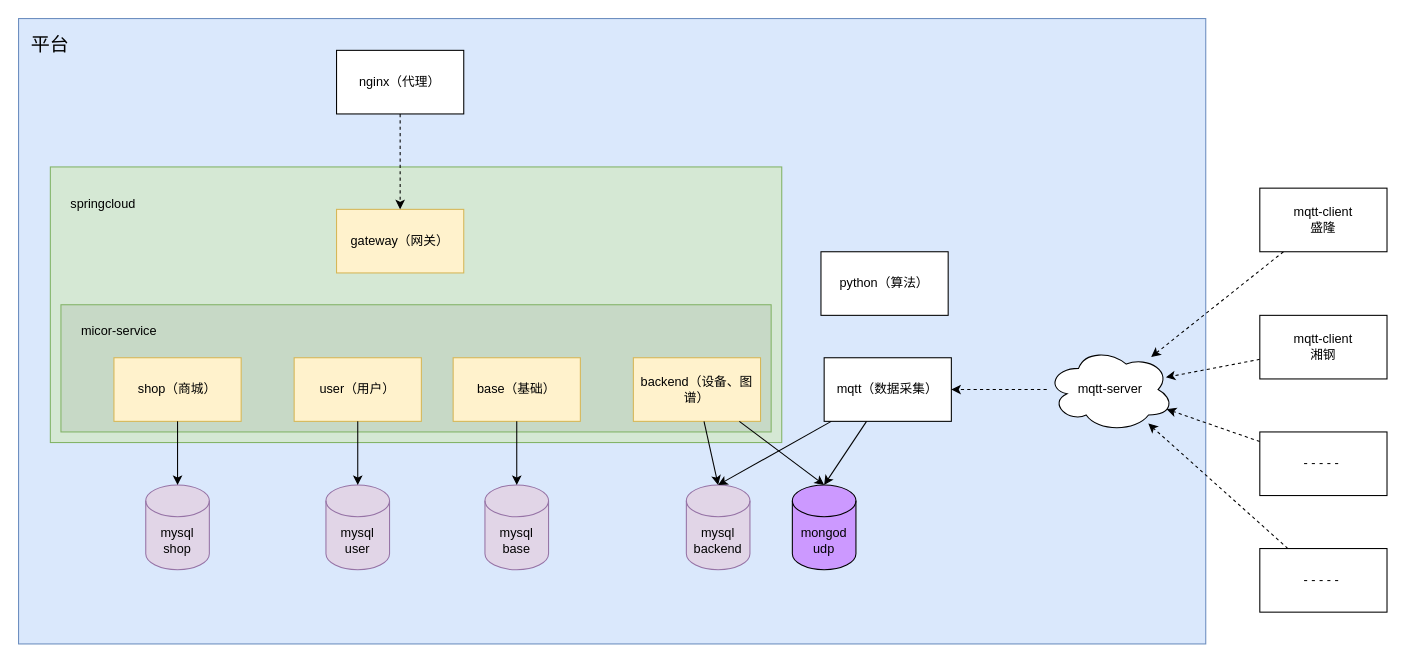
Earlier version of the draw.io diagram 流程图/Untitled Diagram.drawio (zhuchunfeng/diagram1). Source tidied: cells renumbered, new cells numbered last; positions are measured from the earlier drawing's top-left corner, leaving out a move shared by most shapes. Both pictures are drawn from the tidied source at 106%, with x=0, y=0 at pixel (18, 18).
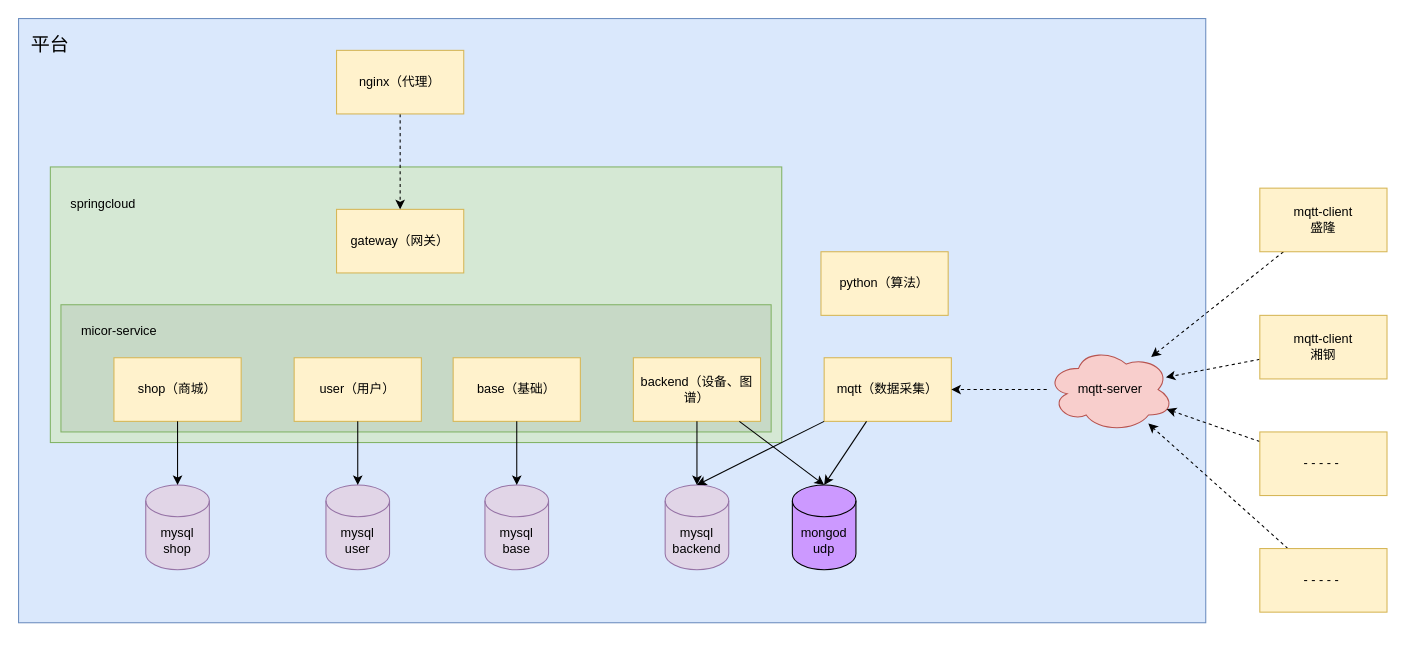
The same diagram, later.

What changed in the source:
```diff
@@
     <mxCell id="2" style="rounded=0;whiteSpace=wrap;html=1;shadow=0;glass=0;sketch=0;strokeColor=#6c8ebf;fillColor=#dae8fc;fontColor=default;" parent="1" vertex="1">
-      <mxGeometry width="1120" height="590" as="geometry" />
+      <mxGeometry width="1120" height="570" as="geometry" />
     </mxCell>
@@
-    <mxCell id="5" value="mqtt（数据采集）" style="rounded=0;whiteSpace=wrap;html=1;fontColor=default;strokeColor=default;fillColor=default;" parent="1" vertex="1">
+    <mxCell id="5" value="mqtt（数据采集）" style="rounded=0;whiteSpace=wrap;html=1;strokeColor=#d6b656;fillColor=#fff2cc;fontColor=default;" parent="1" vertex="1">
       <mxGeometry x="760" y="320" width="120" height="60" as="geometry" />
     </mxCell>
@@
     <mxCell id="9" value="mysql&lt;br&gt;backend" style="shape=cylinder3;whiteSpace=wrap;html=1;boundedLbl=1;backgroundOutline=1;size=15;strokeColor=#9673a6;fillColor=#e1d5e7;fontColor=default;" parent="1" vertex="1">
-      <mxGeometry x="630" y="440" width="60" height="80" as="geometry" />
+      <mxGeometry x="610" y="440" width="60" height="80" as="geometry" />
     </mxCell>
@@
-    <mxCell id="12" value="mqtt-server" style="ellipse;shape=cloud;whiteSpace=wrap;html=1;fontColor=default;strokeColor=default;fillColor=default;" parent="1" vertex="1">
+    <mxCell id="12" value="mqtt-server" style="ellipse;shape=cloud;whiteSpace=wrap;html=1;strokeColor=#b85450;fillColor=#f8cecc;fontColor=default;" parent="1" vertex="1">
       <mxGeometry x="970" y="310" width="120" height="80" as="geometry" />
     </mxCell>
@@
-    <mxCell id="14" value="mqtt-client&lt;br&gt;盛隆" style="rounded=0;whiteSpace=wrap;html=1;fontColor=default;strokeColor=default;fillColor=default;" parent="1" vertex="1">
+    <mxCell id="14" value="mqtt-client&lt;br&gt;盛隆" style="rounded=0;whiteSpace=wrap;html=1;strokeColor=#d6b656;fillColor=#fff2cc;fontColor=default;" parent="1" vertex="1">
       <mxGeometry x="1171" y="160" width="120" height="60" as="geometry" />
     </mxCell>
@@
-    <mxCell id="16" value="mqtt-client&lt;br&gt;湘钢" style="rounded=0;whiteSpace=wrap;html=1;fontColor=default;strokeColor=default;fillColor=default;" parent="1" vertex="1">
+    <mxCell id="16" value="mqtt-client&lt;br&gt;湘钢" style="rounded=0;whiteSpace=wrap;html=1;strokeColor=#d6b656;fillColor=#fff2cc;fontColor=default;" parent="1" vertex="1">
       <mxGeometry x="1171" y="280" width="120" height="60" as="geometry" />
     </mxCell>
@@
-    <mxCell id="18" value="- - - - -&amp;nbsp;" style="rounded=0;whiteSpace=wrap;html=1;fontColor=default;strokeColor=default;fillColor=default;" parent="1" vertex="1">
+    <mxCell id="18" value="- - - - -&amp;nbsp;" style="rounded=0;whiteSpace=wrap;html=1;strokeColor=#d6b656;fillColor=#fff2cc;fontColor=default;" parent="1" vertex="1">
       <mxGeometry x="1171" y="390" width="120" height="60" as="geometry" />
     </mxCell>
@@
-    <mxCell id="20" value="- - - - -&amp;nbsp;" style="rounded=0;whiteSpace=wrap;html=1;fontColor=default;strokeColor=default;fillColor=default;" parent="1" vertex="1">
+    <mxCell id="20" value="- - - - -&amp;nbsp;" style="rounded=0;whiteSpace=wrap;html=1;strokeColor=#d6b656;fillColor=#fff2cc;fontColor=default;" parent="1" vertex="1">
       <mxGeometry x="1171" y="500" width="120" height="60" as="geometry" />
     </mxCell>
@@
-    <mxCell id="35" value="nginx（代理）" style="rounded=0;whiteSpace=wrap;html=1;shadow=0;glass=0;sketch=0;fontColor=default;strokeColor=default;fillColor=default;" parent="1" vertex="1">
+    <mxCell id="35" value="nginx（代理）" style="rounded=0;whiteSpace=wrap;html=1;shadow=0;glass=0;sketch=0;strokeColor=#d6b656;fillColor=#fff2cc;fontColor=default;" parent="1" vertex="1">
       <mxGeometry x="300" y="30" width="120" height="60" as="geometry" />
     </mxCell>
-    <mxCell id="36" value="python（算法）" style="rounded=0;whiteSpace=wrap;html=1;shadow=0;glass=0;sketch=0;fontColor=default;strokeColor=default;fillColor=default;" parent="1" vertex="1">
+    <mxCell id="36" value="python（算法）" style="rounded=0;whiteSpace=wrap;html=1;shadow=0;glass=0;sketch=0;strokeColor=#d6b656;fillColor=#fff2cc;fontColor=default;" parent="1" vertex="1">
       <mxGeometry x="757" y="220" width="120" height="60" as="geometry" />
     </mxCell>
```
